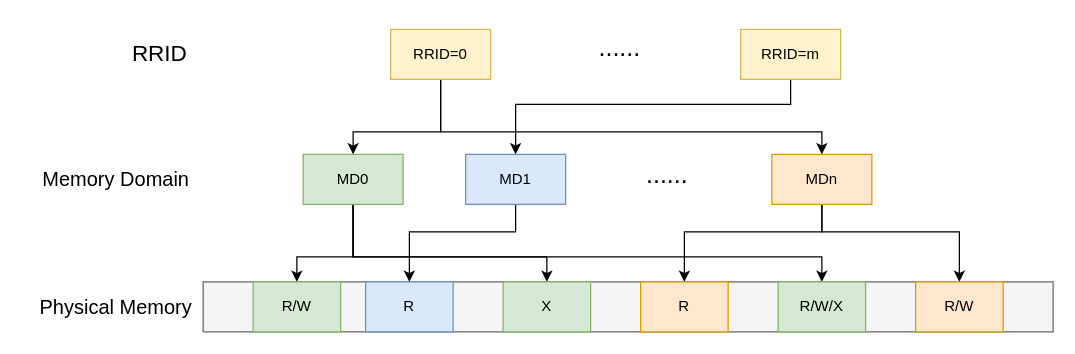
Earlier version of the draw.io diagram memory-domain.drawio (Invariant64/draw.io). Source tidied: cells renumbered, new cells numbered last; positions are measured from the earlier drawing's top-left corner, leaving out a move shared by most shapes. Both pictures are drawn from the tidied source at 125%, with x=0, y=0 at pixel (21, 21).
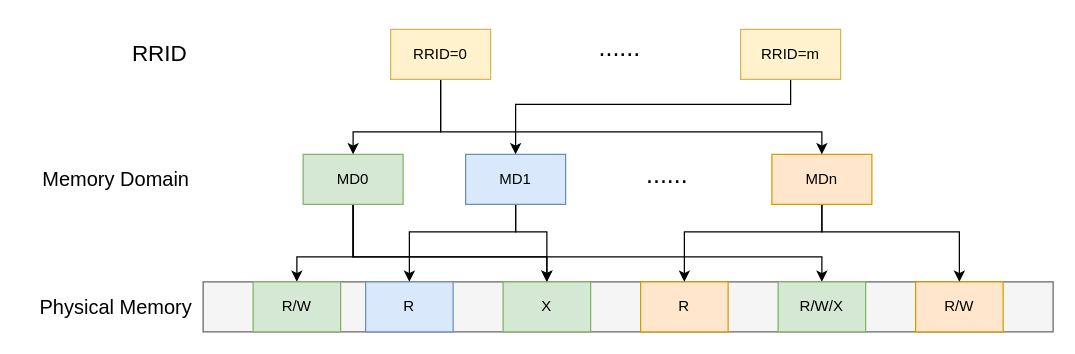
Above is the later version.

The change refers to these unchanged cells:
```xml
<mxCell id="8" value="X" style="rounded=0;whiteSpace=wrap;html=1;fillColor=#d5e8d4;strokeColor=#82b366;" parent="1" vertex="1">
  <mxGeometry x="385" y="208" width="70" height="40" as="geometry" />
</mxCell>
<mxCell id="14" value="MD1" style="rounded=0;whiteSpace=wrap;html=1;fillColor=#dae8fc;strokeColor=#6c8ebf;" parent="1" vertex="1">
  <mxGeometry x="355" y="106" width="80" height="40" as="geometry" />
</mxCell>
```

What changed in the source:
```diff
@@
+    <mxCell id="28" style="edgeStyle=orthogonalEdgeStyle;rounded=0;jettySize=auto;html=1;entryX=0.5;entryY=0;entryDx=0;entryDy=0;" parent="1" edge="1" source="14" target="8">
+      <mxGeometry relative="1" as="geometry">
+        <Array as="points">
+          <mxPoint x="395" y="168" />
+          <mxPoint x="420" y="168" />
+        </Array>
+      </mxGeometry>
+    </mxCell>
```
